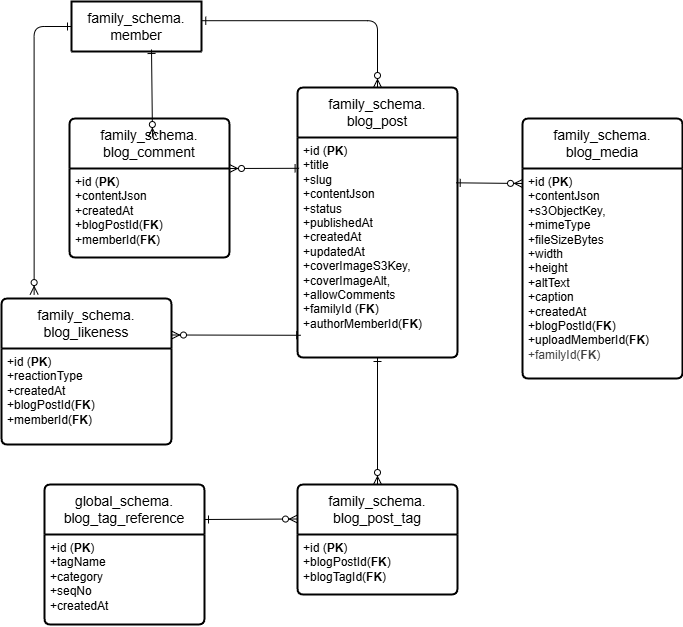
Before: docs/erd-pngs/blog-schema.png, a diagram exported from draw.io (greg1951/family-social-scratch). Source tidied: cells renumbered, new cells last; positions are measured from the earlier drawing's top-left corner, leaving out a move shared by most shapes. Source of this version:
```xml
<mxGraphModel>
  <root>
    <mxCell id="0" />
    <mxCell id="1" parent="0" />
    <mxCell id="2" value="family_schema.&lt;div&gt;member&lt;/div&gt;" style="swimlane;horizontal=1;startSize=50;rounded=1;fontSize=14;fontStyle=0;strokeWidth=2;shadow=0;dashed=0;align=center;arcSize=4;whiteSpace=wrap;html=1;" parent="1" vertex="1" collapsed="1">
      <mxGeometry x="70" width="130" height="50" as="geometry" />
    </mxCell>
    <mxCell id="3" value="family_schema.&lt;div&gt;blog_post&lt;/div&gt;" style="swimlane;horizontal=1;startSize=50;rounded=1;fontSize=14;fontStyle=0;strokeWidth=2;shadow=0;dashed=0;align=center;arcSize=4;whiteSpace=wrap;html=1;" parent="1" vertex="1">
      <mxGeometry x="296" y="86" width="160" height="270" as="geometry" />
    </mxCell>
    <mxCell id="4" value="+id (&lt;b&gt;PK&lt;/b&gt;)&lt;div&gt;&lt;font color=&quot;#000000&quot;&gt;+title&lt;/font&gt;&lt;/div&gt;&lt;div&gt;&lt;font color=&quot;#000000&quot;&gt;+slug&lt;/font&gt;&lt;/div&gt;&lt;div&gt;&lt;font color=&quot;#000000&quot;&gt;+contentJson&lt;/font&gt;&lt;/div&gt;&lt;div&gt;&lt;font color=&quot;#000000&quot;&gt;+status&lt;/font&gt;&lt;/div&gt;&lt;div&gt;&lt;font color=&quot;#000000&quot;&gt;+publishedAt&lt;/font&gt;&lt;/div&gt;&lt;div&gt;&lt;font color=&quot;#000000&quot;&gt;+createdAt&lt;/font&gt;&lt;/div&gt;&lt;div&gt;&lt;font color=&quot;#000000&quot;&gt;+updatedAt&lt;/font&gt;&lt;/div&gt;&lt;div&gt;&lt;font color=&quot;#000000&quot;&gt;+coverImageS3Key,&lt;/font&gt;&lt;/div&gt;&lt;div&gt;&lt;font color=&quot;#000000&quot;&gt;+coverImageAlt,&amp;nbsp;&lt;/font&gt;&lt;/div&gt;&lt;div&gt;&lt;font color=&quot;#000000&quot;&gt;+allowComments&lt;br&gt;&lt;/font&gt;+familyId (&lt;b&gt;FK&lt;/b&gt;)&lt;br&gt;+authorMemberId(&lt;b&gt;FK&lt;/b&gt;)&lt;/div&gt;" style="align=left;strokeColor=none;fillColor=none;spacingLeft=4;fontSize=12;verticalAlign=top;html=1;" parent="3" vertex="1">
      <mxGeometry y="50" width="160" height="220" as="geometry" />
    </mxCell>
    <mxCell id="5" value="global_schema.&lt;div&gt;blog_tag_reference&lt;/div&gt;" style="swimlane;horizontal=1;startSize=50;rounded=1;fontSize=14;fontStyle=0;strokeWidth=2;shadow=0;dashed=0;align=center;arcSize=4;whiteSpace=wrap;html=1;" parent="1" vertex="1">
      <mxGeometry x="43" y="483" width="160" height="140" as="geometry" />
    </mxCell>
    <mxCell id="6" value="+id (&lt;b&gt;PK&lt;/b&gt;)&lt;div&gt;&lt;font color=&quot;#000000&quot;&gt;+tagName&lt;/font&gt;&lt;/div&gt;&lt;div&gt;&lt;font color=&quot;#000000&quot;&gt;+category&lt;/font&gt;&lt;/div&gt;&lt;div&gt;&lt;font color=&quot;#000000&quot;&gt;+seqNo&lt;/font&gt;&lt;/div&gt;&lt;div&gt;+createdAt&lt;/div&gt;&lt;div&gt;&lt;br&gt;&lt;/div&gt;" style="align=left;strokeColor=none;fillColor=none;spacingLeft=4;fontSize=12;verticalAlign=top;html=1;" parent="5" vertex="1">
      <mxGeometry y="50" width="160" height="90" as="geometry" />
    </mxCell>
    <mxCell id="7" value="&lt;span style=&quot;color: rgb(0, 0, 0);&quot;&gt;family_schema.&lt;/span&gt;&lt;div&gt;blog_post_tag&lt;/div&gt;" style="swimlane;horizontal=1;startSize=50;rounded=1;fontSize=14;fontStyle=0;strokeWidth=2;shadow=0;dashed=0;align=center;arcSize=4;whiteSpace=wrap;html=1;" parent="1" vertex="1">
      <mxGeometry x="296" y="483" width="160" height="110" as="geometry" />
    </mxCell>
    <mxCell id="8" value="+id (&lt;b&gt;PK&lt;/b&gt;)&lt;div&gt;+blogPostId(&lt;b&gt;FK&lt;/b&gt;)&lt;br&gt;+blogTagId(&lt;b&gt;FK&lt;/b&gt;)&lt;/div&gt;" style="align=left;strokeColor=none;fillColor=none;spacingLeft=4;fontSize=12;verticalAlign=top;html=1;" parent="7" vertex="1">
      <mxGeometry y="50" width="160" height="60" as="geometry" />
    </mxCell>
    <mxCell id="9" style="fontSize=12;html=1;endArrow=ERzeroToMany;endFill=1;startArrow=ERone;startFill=0;entryX=0.5;entryY=0;entryDx=0;entryDy=0;exitX=0.5;exitY=1;exitDx=0;exitDy=0;" parent="1" edge="1" source="4" target="7">
      <mxGeometry relative="1" as="geometry" />
    </mxCell>
    <mxCell id="10" style="fontSize=12;html=1;endArrow=ERzeroToMany;endFill=1;startArrow=ERone;startFill=0;exitX=1;exitY=0.25;exitDx=0;exitDy=0;entryX=0;entryY=0.25;entryDx=0;entryDy=0;" parent="1" edge="1" source="5">
      <mxGeometry relative="1" as="geometry">
        <mxPoint x="296" y="517.5" as="targetPoint" />
      </mxGeometry>
    </mxCell>
    <mxCell id="11" value="&lt;span style=&quot;color: rgb(0, 0, 0);&quot;&gt;family_schema.&lt;/span&gt;&lt;div&gt;blog_comment&lt;/div&gt;" style="swimlane;horizontal=1;startSize=50;rounded=1;fontSize=14;fontStyle=0;strokeWidth=2;shadow=0;dashed=0;align=center;arcSize=4;whiteSpace=wrap;html=1;" parent="1" vertex="1">
      <mxGeometry x="68" y="117" width="160" height="139" as="geometry" />
    </mxCell>
    <mxCell id="12" value="+id (&lt;b&gt;PK&lt;/b&gt;)&lt;div&gt;&lt;font color=&quot;#000000&quot;&gt;+contentJson&lt;/font&gt;&lt;/div&gt;&lt;div&gt;&lt;font color=&quot;#000000&quot;&gt;&lt;font color=&quot;#000000&quot;&gt;+createdAt&lt;br&gt;&lt;/font&gt;&lt;/font&gt;&lt;div&gt;+blogPostId(&lt;b&gt;FK&lt;/b&gt;)&lt;br&gt;+memberId(&lt;b&gt;FK&lt;/b&gt;)&lt;/div&gt;&lt;/div&gt;" style="align=left;strokeColor=none;fillColor=none;spacingLeft=4;fontSize=12;verticalAlign=top;html=1;" parent="11" vertex="1">
      <mxGeometry y="50" width="160" height="89" as="geometry" />
    </mxCell>
    <mxCell id="13" style="fontSize=12;html=1;endArrow=ERzeroToMany;endFill=1;startArrow=ERone;startFill=0;exitX=0;exitY=0.5;exitDx=0;exitDy=0;edgeStyle=orthogonalEdgeStyle;entryX=0.192;entryY=-0.027;entryDx=0;entryDy=0;entryPerimeter=0;" parent="1" edge="1" source="2" target="16">
      <mxGeometry relative="1" as="geometry" />
    </mxCell>
    <mxCell id="14" style="fontSize=12;html=1;endArrow=ERzeroToMany;endFill=1;startArrow=ERone;startFill=0;exitX=0.01;exitY=0.14;exitDx=0;exitDy=0;exitPerimeter=0;entryX=1;entryY=0;entryDx=0;entryDy=0;" parent="1" edge="1" source="4" target="12">
      <mxGeometry relative="1" as="geometry" />
    </mxCell>
    <mxCell id="15" style="fontSize=12;html=1;endArrow=ERzeroToMany;endFill=1;startArrow=ERone;startFill=0;entryX=0.5;entryY=0;entryDx=0;entryDy=0;" parent="1" edge="1">
      <mxGeometry relative="1" as="geometry">
        <mxPoint x="150" y="48" as="sourcePoint" />
        <mxPoint x="151" y="135" as="targetPoint" />
      </mxGeometry>
    </mxCell>
    <mxCell id="16" value="&lt;span style=&quot;color: rgb(0, 0, 0);&quot;&gt;family_schema.&lt;/span&gt;&lt;div&gt;blog_likeness&lt;/div&gt;" style="swimlane;horizontal=1;startSize=50;rounded=1;fontSize=14;fontStyle=0;strokeWidth=2;shadow=0;dashed=0;align=center;arcSize=4;whiteSpace=wrap;html=1;" parent="1" vertex="1">
      <mxGeometry y="297" width="170" height="146" as="geometry" />
    </mxCell>
    <mxCell id="17" value="+id (&lt;b&gt;PK&lt;/b&gt;)&lt;div&gt;&lt;font color=&quot;#000000&quot;&gt;+reactionType&lt;/font&gt;&lt;/div&gt;&lt;div&gt;&lt;font color=&quot;#000000&quot;&gt;&lt;font color=&quot;#000000&quot;&gt;+createdAt&lt;br&gt;&lt;/font&gt;&lt;/font&gt;&lt;div&gt;+blogPostId(&lt;b&gt;FK&lt;/b&gt;)&lt;br&gt;+memberId(&lt;b&gt;FK&lt;/b&gt;)&lt;/div&gt;&lt;/div&gt;" style="align=left;strokeColor=none;fillColor=none;spacingLeft=4;fontSize=12;verticalAlign=top;html=1;" parent="16" vertex="1">
      <mxGeometry y="50" width="170" height="96" as="geometry" />
    </mxCell>
    <mxCell id="18" style="fontSize=12;html=1;endArrow=ERzeroToMany;endFill=1;startArrow=ERone;startFill=0;exitX=0.992;exitY=0.206;exitDx=0;exitDy=0;exitPerimeter=0;entryX=0;entryY=0.25;entryDx=0;entryDy=0;" parent="1" edge="1" source="4" target="20">
      <mxGeometry relative="1" as="geometry" />
    </mxCell>
    <mxCell id="19" style="fontSize=12;html=1;endArrow=ERzeroToMany;endFill=1;startArrow=ERone;startFill=0;exitX=0.02;exitY=0.899;exitDx=0;exitDy=0;exitPerimeter=0;entryX=1;entryY=0.25;entryDx=0;entryDy=0;" parent="1" edge="1" source="4" target="16">
      <mxGeometry relative="1" as="geometry" />
    </mxCell>
    <mxCell id="20" value="&lt;span style=&quot;color: rgb(0, 0, 0);&quot;&gt;family_schema.&lt;/span&gt;&lt;div&gt;blog_media&lt;/div&gt;" style="swimlane;horizontal=1;startSize=50;rounded=1;fontSize=14;fontStyle=0;strokeWidth=2;shadow=0;dashed=0;align=center;arcSize=4;whiteSpace=wrap;html=1;" parent="1" vertex="1">
      <mxGeometry x="521" y="117" width="160" height="260" as="geometry" />
    </mxCell>
    <mxCell id="21" value="+id (&lt;b&gt;PK&lt;/b&gt;)&lt;div&gt;&lt;font color=&quot;#000000&quot;&gt;+contentJson&lt;/font&gt;&lt;/div&gt;&lt;div&gt;&lt;font color=&quot;#000000&quot;&gt;&lt;font color=&quot;#000000&quot;&gt;+s3ObjectKey,&lt;/font&gt;&lt;/font&gt;&lt;/div&gt;&lt;div&gt;&lt;font color=&quot;#000000&quot;&gt;&lt;font color=&quot;#000000&quot;&gt;+mimeType&lt;/font&gt;&lt;/font&gt;&lt;/div&gt;&lt;div&gt;&lt;font color=&quot;#000000&quot;&gt;&lt;font color=&quot;#000000&quot;&gt;+fileSizeBytes&lt;/font&gt;&lt;/font&gt;&lt;/div&gt;&lt;div&gt;&lt;font color=&quot;#000000&quot;&gt;&lt;font color=&quot;#000000&quot;&gt;+width&lt;/font&gt;&lt;/font&gt;&lt;/div&gt;&lt;div&gt;&lt;font color=&quot;#000000&quot;&gt;&lt;font color=&quot;#000000&quot;&gt;+height&lt;/font&gt;&lt;/font&gt;&lt;/div&gt;&lt;div&gt;&lt;font color=&quot;#000000&quot;&gt;&lt;font color=&quot;#000000&quot;&gt;+altText&lt;/font&gt;&lt;/font&gt;&lt;/div&gt;&lt;div&gt;&lt;font color=&quot;#000000&quot;&gt;&lt;font color=&quot;#000000&quot;&gt;+caption&lt;/font&gt;&lt;/font&gt;&lt;/div&gt;&lt;div&gt;&lt;font color=&quot;#000000&quot;&gt;&lt;font color=&quot;#000000&quot;&gt;+createdAt&lt;br&gt;&lt;/font&gt;&lt;/font&gt;&lt;div&gt;+blogPostId(&lt;b&gt;FK&lt;/b&gt;)&lt;br&gt;+uploadMemberId(&lt;b&gt;FK&lt;/b&gt;)&lt;/div&gt;&lt;/div&gt;&lt;div&gt;&lt;span style=&quot;color: rgb(63, 63, 63);&quot;&gt;+familyId(&lt;/span&gt;&lt;b style=&quot;color: rgb(63, 63, 63); scrollbar-color: rgb(226, 226, 226) rgb(251, 251, 251);&quot;&gt;FK&lt;/b&gt;&lt;span style=&quot;color: rgb(63, 63, 63);&quot;&gt;)&lt;/span&gt;&lt;/div&gt;" style="align=left;strokeColor=none;fillColor=none;spacingLeft=4;fontSize=12;verticalAlign=top;html=1;" parent="20" vertex="1">
      <mxGeometry y="50" width="160" height="210" as="geometry" />
    </mxCell>
  </root>
</mxGraphModel>
```
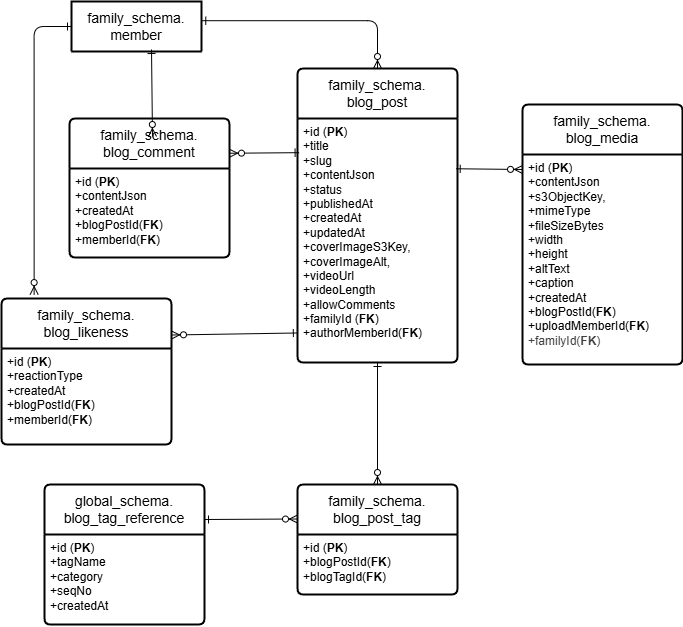
After the commit.

Change to the diagram source:
```diff
@@ -6,10 +6,10 @@
       <mxGeometry x="70" width="130" height="50" as="geometry" />
     </mxCell>
     <mxCell id="3" value="family_schema.&lt;div&gt;blog_post&lt;/div&gt;" style="swimlane;horizontal=1;startSize=50;rounded=1;fontSize=14;fontStyle=0;strokeWidth=2;shadow=0;dashed=0;align=center;arcSize=4;whiteSpace=wrap;html=1;" parent="1" vertex="1">
-      <mxGeometry x="296" y="86" width="160" height="270" as="geometry" />
+      <mxGeometry x="296" y="67" width="160" height="294" as="geometry" />
     </mxCell>
-    <mxCell id="4" value="+id (&lt;b&gt;PK&lt;/b&gt;)&lt;div&gt;&lt;font color=&quot;#000000&quot;&gt;+title&lt;/font&gt;&lt;/div&gt;&lt;div&gt;&lt;font color=&quot;#000000&quot;&gt;+slug&lt;/font&gt;&lt;/div&gt;&lt;div&gt;&lt;font color=&quot;#000000&quot;&gt;+contentJson&lt;/font&gt;&lt;/div&gt;&lt;div&gt;&lt;font color=&quot;#000000&quot;&gt;+status&lt;/font&gt;&lt;/div&gt;&lt;div&gt;&lt;font color=&quot;#000000&quot;&gt;+publishedAt&lt;/font&gt;&lt;/div&gt;&lt;div&gt;&lt;font color=&quot;#000000&quot;&gt;+createdAt&lt;/font&gt;&lt;/div&gt;&lt;div&gt;&lt;font color=&quot;#000000&quot;&gt;+updatedAt&lt;/font&gt;&lt;/div&gt;&lt;div&gt;&lt;font color=&quot;#000000&quot;&gt;+coverImageS3Key,&lt;/font&gt;&lt;/div&gt;&lt;div&gt;&lt;font color=&quot;#000000&quot;&gt;+coverImageAlt,&amp;nbsp;&lt;/font&gt;&lt;/div&gt;&lt;div&gt;&lt;font color=&quot;#000000&quot;&gt;+allowComments&lt;br&gt;&lt;/font&gt;+familyId (&lt;b&gt;FK&lt;/b&gt;)&lt;br&gt;+authorMemberId(&lt;b&gt;FK&lt;/b&gt;)&lt;/div&gt;" style="align=left;strokeColor=none;fillColor=none;spacingLeft=4;fontSize=12;verticalAlign=top;html=1;" parent="3" vertex="1">
-      <mxGeometry y="50" width="160" height="220" as="geometry" />
+    <mxCell id="4" value="+id (&lt;b&gt;PK&lt;/b&gt;)&lt;div&gt;&lt;font color=&quot;#000000&quot;&gt;+title&lt;/font&gt;&lt;/div&gt;&lt;div&gt;&lt;font color=&quot;#000000&quot;&gt;+slug&lt;/font&gt;&lt;/div&gt;&lt;div&gt;&lt;font color=&quot;#000000&quot;&gt;+contentJson&lt;/font&gt;&lt;/div&gt;&lt;div&gt;&lt;font color=&quot;#000000&quot;&gt;+status&lt;/font&gt;&lt;/div&gt;&lt;div&gt;&lt;font color=&quot;#000000&quot;&gt;+publishedAt&lt;/font&gt;&lt;/div&gt;&lt;div&gt;&lt;font color=&quot;#000000&quot;&gt;+createdAt&lt;/font&gt;&lt;/div&gt;&lt;div&gt;&lt;font color=&quot;#000000&quot;&gt;+updatedAt&lt;/font&gt;&lt;/div&gt;&lt;div&gt;&lt;font color=&quot;#000000&quot;&gt;+coverImageS3Key,&lt;/font&gt;&lt;/div&gt;&lt;div&gt;&lt;font color=&quot;#000000&quot;&gt;+coverImageAlt,&lt;/font&gt;&lt;/div&gt;&lt;div&gt;&lt;font color=&quot;#000000&quot;&gt;+videoUrl&lt;/font&gt;&lt;/div&gt;&lt;div&gt;&lt;font color=&quot;#000000&quot;&gt;+videoLength&amp;nbsp;&lt;/font&gt;&lt;/div&gt;&lt;div&gt;&lt;font color=&quot;#000000&quot;&gt;+allowComments&lt;br&gt;&lt;/font&gt;+familyId (&lt;b&gt;FK&lt;/b&gt;)&lt;br&gt;+authorMemberId(&lt;b&gt;FK&lt;/b&gt;)&lt;/div&gt;" style="align=left;strokeColor=none;fillColor=none;spacingLeft=4;fontSize=12;verticalAlign=top;html=1;" parent="3" vertex="1">
+      <mxGeometry y="50" width="160" height="244" as="geometry" />
     </mxCell>
     <mxCell id="5" value="global_schema.&lt;div&gt;blog_tag_reference&lt;/div&gt;" style="swimlane;horizontal=1;startSize=50;rounded=1;fontSize=14;fontStyle=0;strokeWidth=2;shadow=0;dashed=0;align=center;arcSize=4;whiteSpace=wrap;html=1;" parent="1" vertex="1">
       <mxGeometry x="43" y="483" width="160" height="140" as="geometry" />
@@ -40,7 +40,7 @@
     <mxCell id="13" style="fontSize=12;html=1;endArrow=ERzeroToMany;endFill=1;startArrow=ERone;startFill=0;exitX=0;exitY=0.5;exitDx=0;exitDy=0;edgeStyle=orthogonalEdgeStyle;entryX=0.192;entryY=-0.027;entryDx=0;entryDy=0;entryPerimeter=0;" parent="1" edge="1" source="2" target="16">
       <mxGeometry relative="1" as="geometry" />
     </mxCell>
-    <mxCell id="14" style="fontSize=12;html=1;endArrow=ERzeroToMany;endFill=1;startArrow=ERone;startFill=0;exitX=0.01;exitY=0.14;exitDx=0;exitDy=0;exitPerimeter=0;entryX=1;entryY=0;entryDx=0;entryDy=0;" parent="1" edge="1" source="4" target="12">
+    <mxCell id="14" style="fontSize=12;html=1;endArrow=ERzeroToMany;endFill=1;startArrow=ERone;startFill=0;exitX=0.01;exitY=0.14;exitDx=0;exitDy=0;exitPerimeter=0;entryX=1;entryY=0.25;entryDx=0;entryDy=0;" parent="1" edge="1" source="4" target="11">
       <mxGeometry relative="1" as="geometry" />
     </mxCell>
     <mxCell id="15" style="fontSize=12;html=1;endArrow=ERzeroToMany;endFill=1;startArrow=ERone;startFill=0;entryX=0.5;entryY=0;entryDx=0;entryDy=0;" parent="1" edge="1">
@@ -58,11 +58,11 @@
     <mxCell id="18" style="fontSize=12;html=1;endArrow=ERzeroToMany;endFill=1;startArrow=ERone;startFill=0;exitX=0.992;exitY=0.206;exitDx=0;exitDy=0;exitPerimeter=0;entryX=0;entryY=0.25;entryDx=0;entryDy=0;" parent="1" edge="1" source="4" target="20">
       <mxGeometry relative="1" as="geometry" />
     </mxCell>
-    <mxCell id="19" style="fontSize=12;html=1;endArrow=ERzeroToMany;endFill=1;startArrow=ERone;startFill=0;exitX=0.02;exitY=0.899;exitDx=0;exitDy=0;exitPerimeter=0;entryX=1;entryY=0.25;entryDx=0;entryDy=0;" parent="1" edge="1" source="4" target="16">
+    <mxCell id="19" style="fontSize=12;html=1;endArrow=ERzeroToMany;endFill=1;startArrow=ERone;startFill=0;exitX=-0.001;exitY=0.879;exitDx=0;exitDy=0;exitPerimeter=0;entryX=1;entryY=0.25;entryDx=0;entryDy=0;" parent="1" edge="1" source="4" target="16">
       <mxGeometry relative="1" as="geometry" />
     </mxCell>
     <mxCell id="20" value="&lt;span style=&quot;color: rgb(0, 0, 0);&quot;&gt;family_schema.&lt;/span&gt;&lt;div&gt;blog_media&lt;/div&gt;" style="swimlane;horizontal=1;startSize=50;rounded=1;fontSize=14;fontStyle=0;strokeWidth=2;shadow=0;dashed=0;align=center;arcSize=4;whiteSpace=wrap;html=1;" parent="1" vertex="1">
-      <mxGeometry x="521" y="117" width="160" height="260" as="geometry" />
+      <mxGeometry x="521" y="103" width="160" height="260" as="geometry" />
     </mxCell>
     <mxCell id="21" value="+id (&lt;b&gt;PK&lt;/b&gt;)&lt;div&gt;&lt;font color=&quot;#000000&quot;&gt;+contentJson&lt;/font&gt;&lt;/div&gt;&lt;div&gt;&lt;font color=&quot;#000000&quot;&gt;&lt;font color=&quot;#000000&quot;&gt;+s3ObjectKey,&lt;/font&gt;&lt;/font&gt;&lt;/div&gt;&lt;div&gt;&lt;font color=&quot;#000000&quot;&gt;&lt;font color=&quot;#000000&quot;&gt;+mimeType&lt;/font&gt;&lt;/font&gt;&lt;/div&gt;&lt;div&gt;&lt;font color=&quot;#000000&quot;&gt;&lt;font color=&quot;#000000&quot;&gt;+fileSizeBytes&lt;/font&gt;&lt;/font&gt;&lt;/div&gt;&lt;div&gt;&lt;font color=&quot;#000000&quot;&gt;&lt;font color=&quot;#000000&quot;&gt;+width&lt;/font&gt;&lt;/font&gt;&lt;/div&gt;&lt;div&gt;&lt;font color=&quot;#000000&quot;&gt;&lt;font color=&quot;#000000&quot;&gt;+height&lt;/font&gt;&lt;/font&gt;&lt;/div&gt;&lt;div&gt;&lt;font color=&quot;#000000&quot;&gt;&lt;font color=&quot;#000000&quot;&gt;+altText&lt;/font&gt;&lt;/font&gt;&lt;/div&gt;&lt;div&gt;&lt;font color=&quot;#000000&quot;&gt;&lt;font color=&quot;#000000&quot;&gt;+caption&lt;/font&gt;&lt;/font&gt;&lt;/div&gt;&lt;div&gt;&lt;font color=&quot;#000000&quot;&gt;&lt;font color=&quot;#000000&quot;&gt;+createdAt&lt;br&gt;&lt;/font&gt;&lt;/font&gt;&lt;div&gt;+blogPostId(&lt;b&gt;FK&lt;/b&gt;)&lt;br&gt;+uploadMemberId(&lt;b&gt;FK&lt;/b&gt;)&lt;/div&gt;&lt;/div&gt;&lt;div&gt;&lt;span style=&quot;color: rgb(63, 63, 63);&quot;&gt;+familyId(&lt;/span&gt;&lt;b style=&quot;color: rgb(63, 63, 63); scrollbar-color: rgb(226, 226, 226) rgb(251, 251, 251);&quot;&gt;FK&lt;/b&gt;&lt;span style=&quot;color: rgb(63, 63, 63);&quot;&gt;)&lt;/span&gt;&lt;/div&gt;" style="align=left;strokeColor=none;fillColor=none;spacingLeft=4;fontSize=12;verticalAlign=top;html=1;" parent="20" vertex="1">
       <mxGeometry y="50" width="160" height="210" as="geometry" />
```
